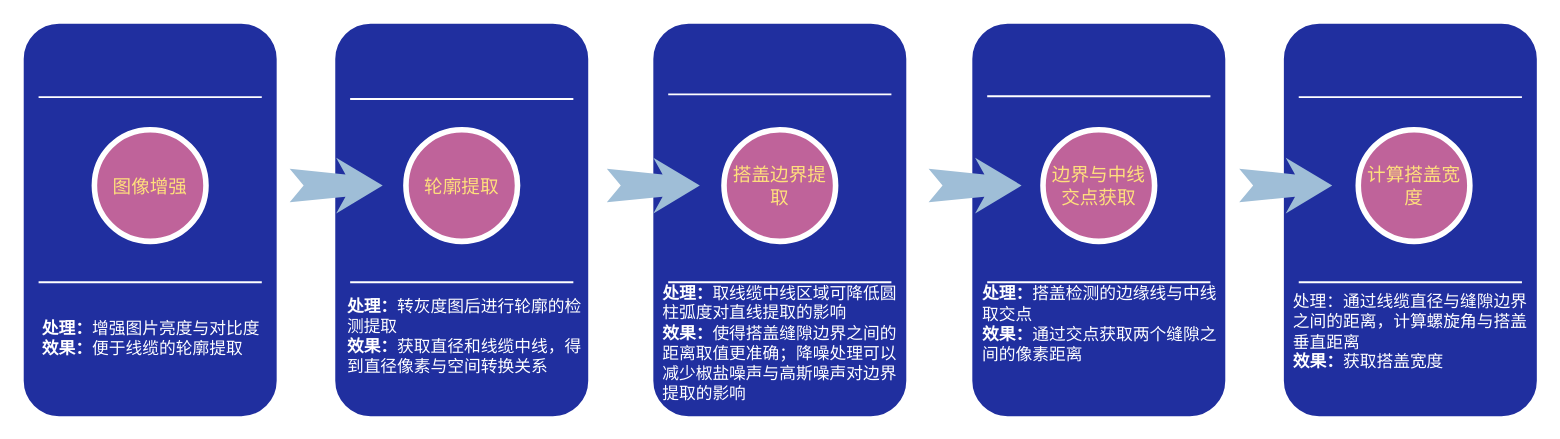
liuyi3013/colab keeps this draw.io diagram as 未命名绘图.drawio. Above is the earlier version. Source tidied: cells renumbered, new cells numbered last; positions are measured from the earlier drawing's top-left corner, leaving out a move shared by most shapes. Both pictures are drawn from the tidied source at 93%, with x=0, y=0 at pixel (20, 20).
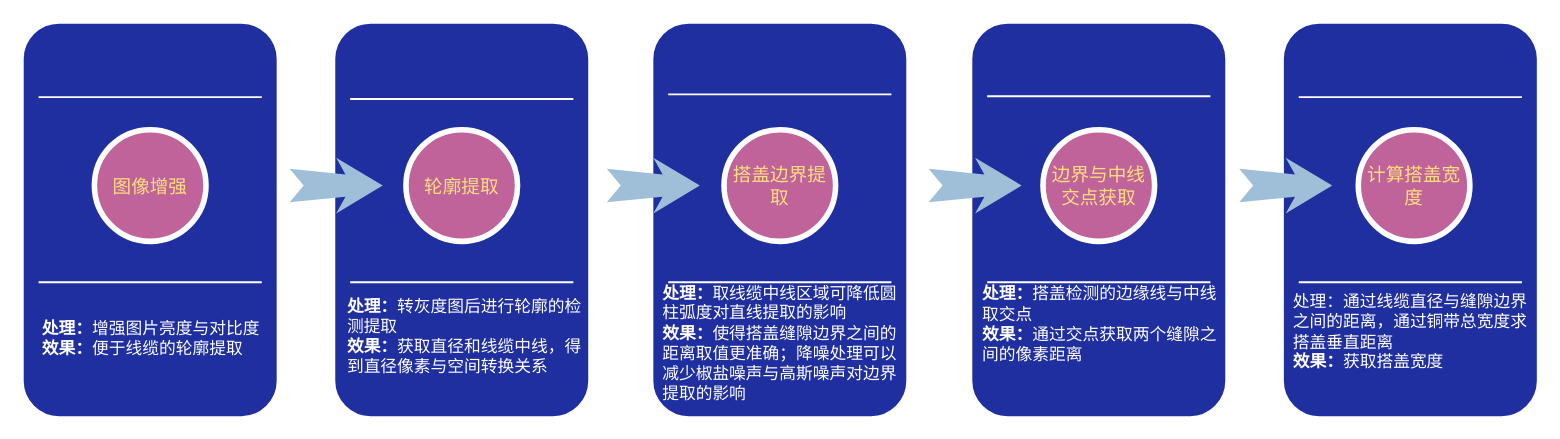
The same diagram, later.

Diff of the diagram source:
```diff
@@
-    <mxCell id="21" value="&lt;span style=&quot;background-color: initial;&quot;&gt;处理：通过线缆直径与缝隙边界之间的距离，计算螺旋角与搭盖垂直距离&lt;br&gt;&lt;b&gt;效果：&lt;/b&gt;获取搭盖宽度&lt;br&gt;&lt;/span&gt;" style="text;html=1;strokeColor=none;fillColor=none;align=left;verticalAlign=middle;whiteSpace=wrap;rounded=0;shadow=0;fontSize=18;fontColor=#FFFFFF;" parent="1" vertex="1">
+    <mxCell id="21" value="&lt;span style=&quot;background-color: initial;&quot;&gt;处理：通过线缆直径与缝隙边界之间的距离，通过铜带总宽度求搭盖垂直距离&lt;br&gt;&lt;b&gt;效果：&lt;/b&gt;获取搭盖宽度&lt;br&gt;&lt;/span&gt;" style="text;html=1;strokeColor=none;fillColor=none;align=left;verticalAlign=middle;whiteSpace=wrap;rounded=0;shadow=0;fontSize=18;fontColor=#FFFFFF;" parent="1" vertex="1">
       <mxGeometry x="1367" y="291" width="268" height="90" as="geometry" />
     </mxCell>
```
